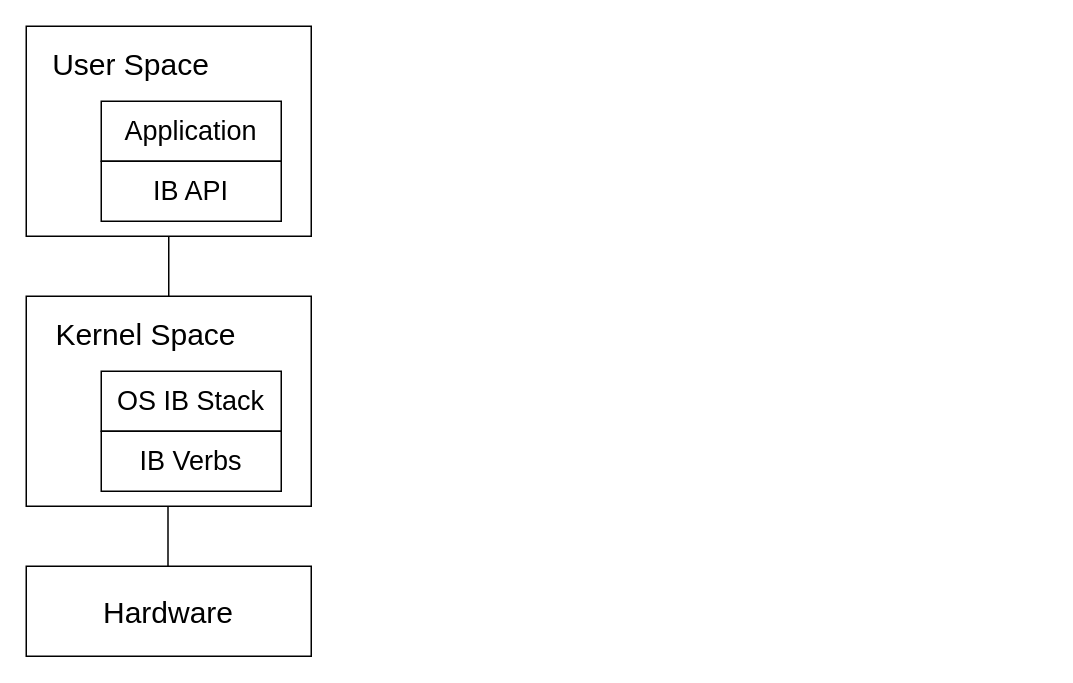
The draw.io diagram image/overview.drawio in jargonargon/RoaDMAp-to-RDMA, before the edit. Source tidied: cells renumbered, new cells numbered last; positions are measured from the earlier drawing's top-left corner, leaving out a move shared by most shapes. Both pictures are drawn from the tidied source at 150%, with x=0, y=0 at pixel (26, 26).
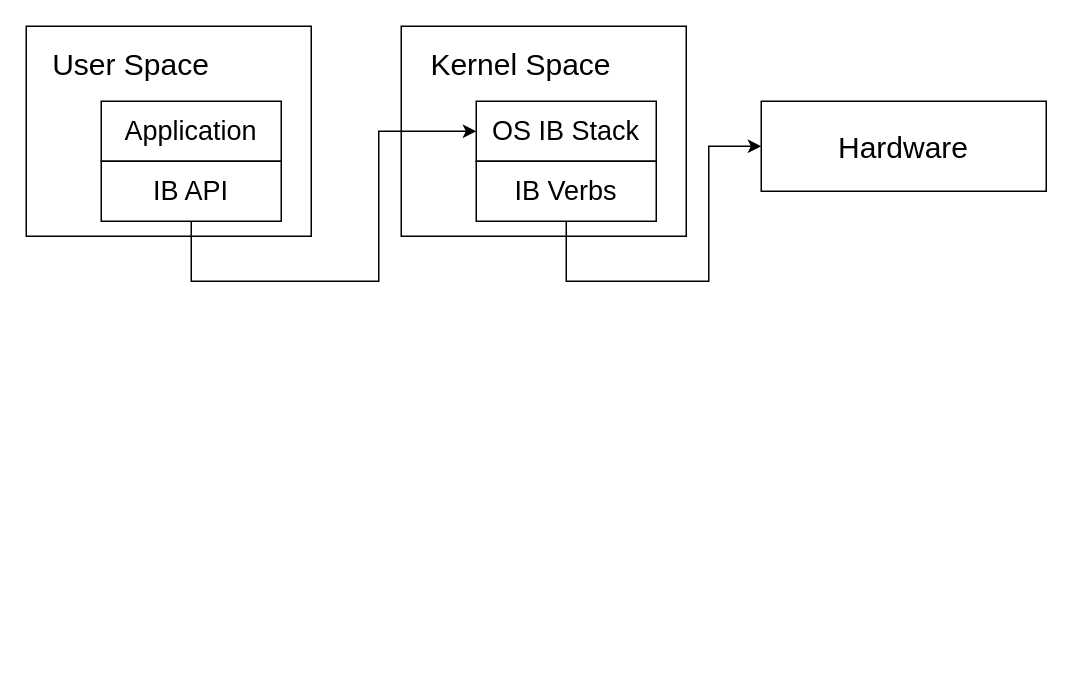
Above is the later version.

Change to the diagram source:
```diff
@@
 <mxGraphModel>
   <root>
     <mxCell id="0" />
     <mxCell id="1" parent="0" />
     <mxCell id="2" style="rounded=0;whiteSpace=wrap;html=1;" parent="1" vertex="1">
       <mxGeometry width="190" height="140" as="geometry" />
     </mxCell>
     <mxCell id="3" value="User Space" style="text;html=1;align=center;verticalAlign=middle;whiteSpace=wrap;rounded=0;fontSize=20;" parent="1" vertex="1">
       <mxGeometry x="10" y="10" width="120" height="30" as="geometry" />
     </mxCell>
     <mxCell id="4" value="Application" style="rounded=0;whiteSpace=wrap;html=1;fontSize=18;" parent="1" vertex="1">
       <mxGeometry x="50" y="50" width="120" height="40" as="geometry" />
     </mxCell>
     <mxCell id="5" value="IB API" style="rounded=0;whiteSpace=wrap;html=1;fontSize=18;" parent="1" vertex="1">
       <mxGeometry x="50" y="90" width="120" height="40" as="geometry" />
     </mxCell>
     <mxCell id="6" style="rounded=0;whiteSpace=wrap;html=1;" parent="1" vertex="1">
-      <mxGeometry y="180" width="190" height="140" as="geometry" />
+      <mxGeometry x="250" width="190" height="140" as="geometry" />
     </mxCell>
     <mxCell id="7" value="Kernel Space" style="text;html=1;align=center;verticalAlign=middle;whiteSpace=wrap;rounded=0;fontSize=20;" parent="1" vertex="1">
-      <mxGeometry x="10" y="190" width="140" height="30" as="geometry" />
+      <mxGeometry x="260" y="10" width="140" height="30" as="geometry" />
     </mxCell>
     <mxCell id="8" value="OS IB Stack" style="rounded=0;whiteSpace=wrap;html=1;fontSize=18;" parent="1" vertex="1">
-      <mxGeometry x="50" y="230" width="120" height="40" as="geometry" />
+      <mxGeometry x="300" y="50" width="120" height="40" as="geometry" />
     </mxCell>
+    <mxCell id="13" style="edgeStyle=orthogonalEdgeStyle;rounded=0;jettySize=auto;html=1;exitX=0.5;exitY=1;exitDx=0;exitDy=0;entryX=0;entryY=0.5;entryDx=0;entryDy=0;" parent="1" edge="1" source="9" target="10">
+      <mxGeometry relative="1" as="geometry">
+        <Array as="points">
+          <mxPoint x="360" y="170" />
+          <mxPoint x="455" y="170" />
+          <mxPoint x="455" y="80" />
+        </Array>
+      </mxGeometry>
+    </mxCell>
     <mxCell id="9" value="IB Verbs" style="rounded=0;whiteSpace=wrap;html=1;fontSize=18;" parent="1" vertex="1">
-      <mxGeometry x="50" y="270" width="120" height="40" as="geometry" />
+      <mxGeometry x="300" y="90" width="120" height="40" as="geometry" />
     </mxCell>
     <mxCell id="10" value="Hardware" style="rounded=0;whiteSpace=wrap;html=1;fontSize=20;" parent="1" vertex="1">
-      <mxGeometry y="360" width="190" height="60" as="geometry" />
+      <mxGeometry x="490" y="50" width="190" height="60" as="geometry" />
     </mxCell>
-    <mxCell id="11" style="endArrow=none;html=1;rounded=0;entryX=0.5;entryY=1;entryDx=0;entryDy=0;exitX=0.5;exitY=0;exitDx=0;exitDy=0;" parent="1" edge="1" source="6" target="2">
-      <mxGeometry relative="1" as="geometry" />
-    </mxCell>
-    <mxCell id="12" style="endArrow=none;html=1;rounded=0;entryX=0.5;entryY=1;entryDx=0;entryDy=0;exitX=0.5;exitY=0;exitDx=0;exitDy=0;" parent="1" edge="1">
-      <mxGeometry relative="1" as="geometry">
-        <mxPoint x="94.5" y="360" as="sourcePoint" />
-        <mxPoint x="94.5" y="320" as="targetPoint" />
-      </mxGeometry>
-    </mxCell>
+    <mxCell id="14" style="edgeStyle=orthogonalEdgeStyle;rounded=0;jettySize=auto;html=1;exitX=0.5;exitY=1;exitDx=0;exitDy=0;entryX=0;entryY=0.5;entryDx=0;entryDy=0;" parent="1" edge="1" source="5" target="8">
+      <mxGeometry relative="1" as="geometry">
+        <Array as="points">
+          <mxPoint x="110" y="170" />
+          <mxPoint x="235" y="170" />
+          <mxPoint x="235" y="70" />
+        </Array>
+      </mxGeometry>
+    </mxCell>
   </root>
 </mxGraphModel>
```
